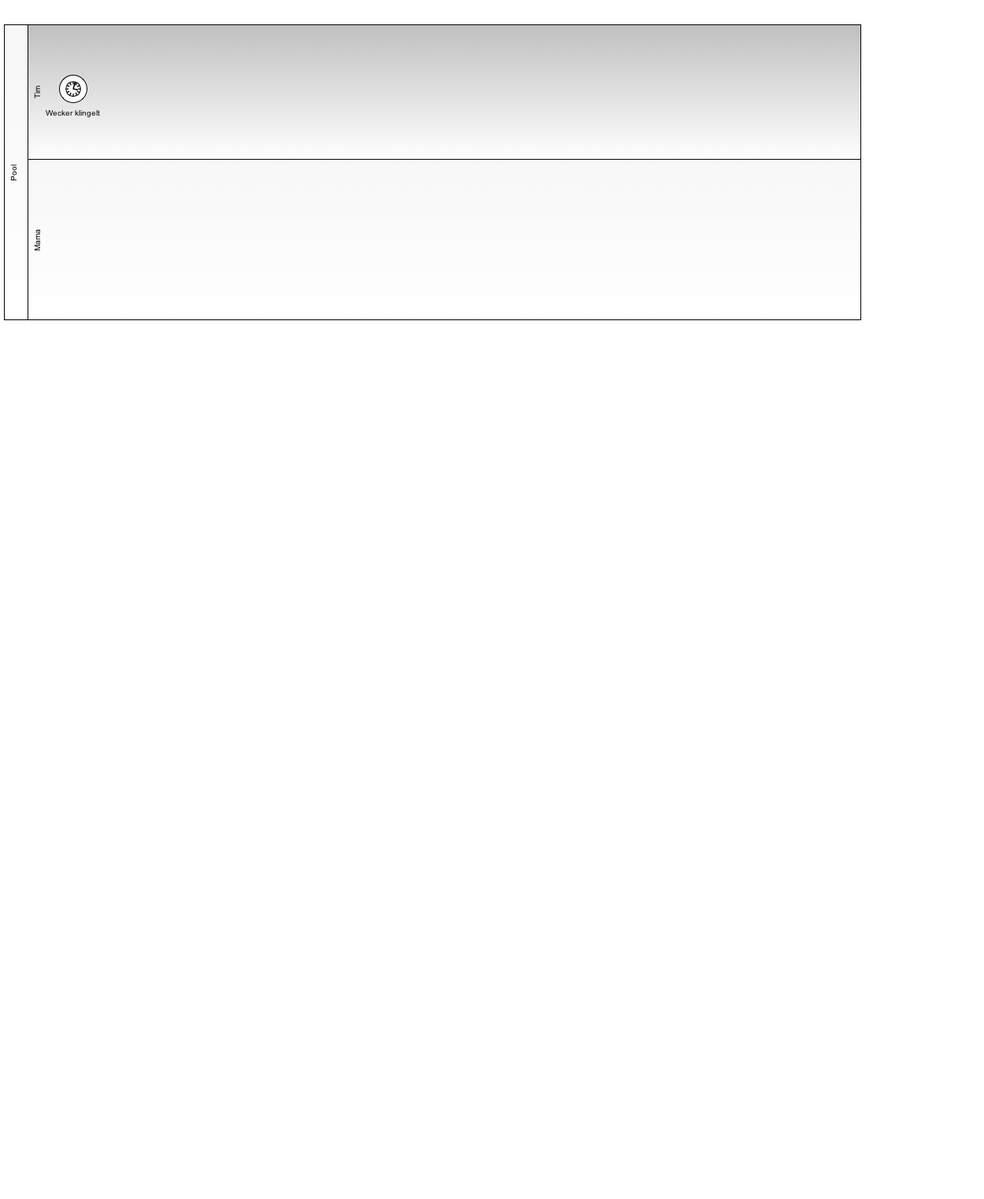
Earlier version of the BPMN export job-appliance/src/main/resources/Tim.png (gheddie/bpmn20_examples). Its source is kept beside it as job-appliance/src/main/resources/Tim.bpmn. Ids are renumbered.
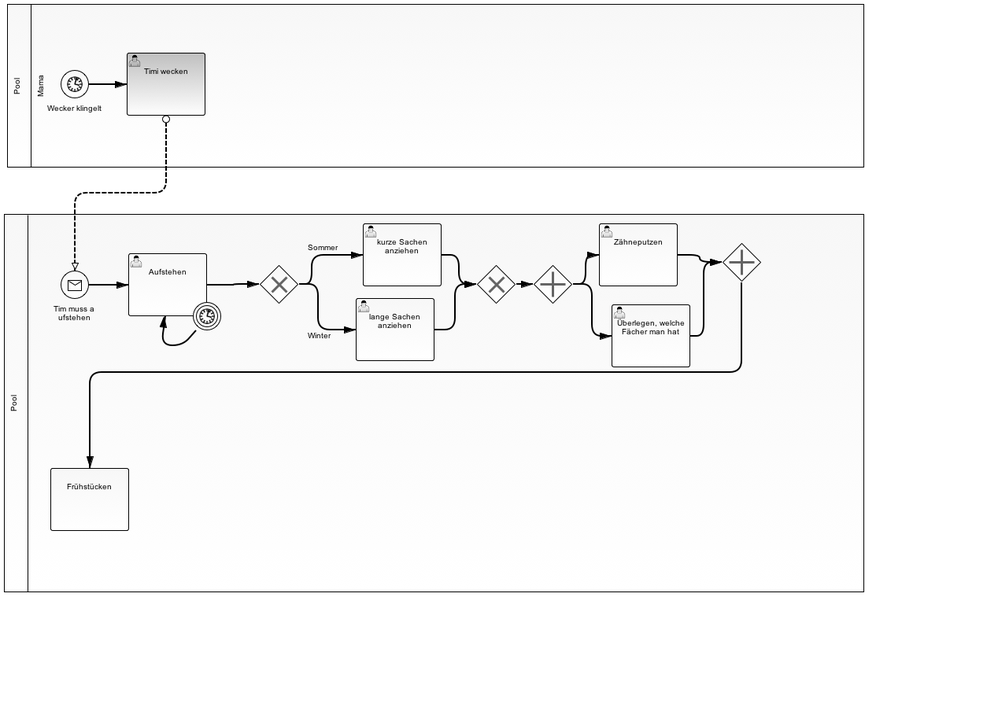
The same file after the commit.

Commit message:
ÄNderungen an Timis Prozess

Diff of the diagram source:
```diff
@@ -16,7 +16,7 @@
       <bpmn2:timerEventDefinition id="_TimerEventDefinition_2"/>
     </bpmn2:startEvent>
     <bpmn2:sequenceFlow id="SequenceFlow_1" name="" sourceRef="StartEvent_2" targetRef="UserTask_1"/>
-    <bpmn2:userTask id="UserTask_1" name="Tim wecken">
+    <bpmn2:userTask id="UserTask_1" name="Timi wecken">
       <bpmn2:incoming>SequenceFlow_1</bpmn2:incoming>
     </bpmn2:userTask>
   </bpmn2:process>
```
